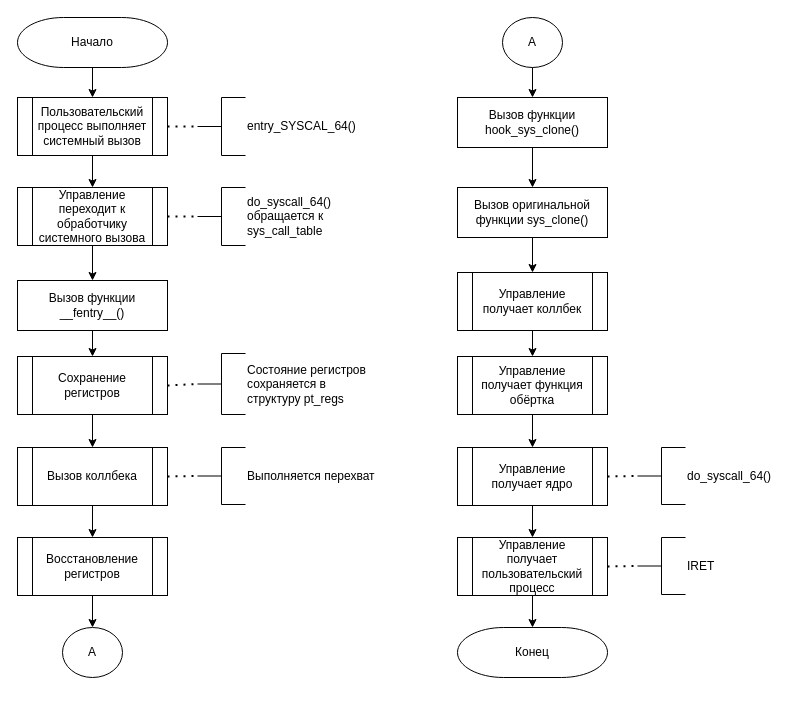
The draw.io diagram page "Page-1" (1 of 2) of docs/ftrace_algo.drawio in aavortep/os_course, before the edit. Source tidied: cells renumbered, new cells numbered last; positions are measured from the earlier drawing's top-left corner, leaving out a move shared by most shapes. Both pictures are drawn from the tidied source at 100%, with x=0, y=0 at pixel (17, 17).
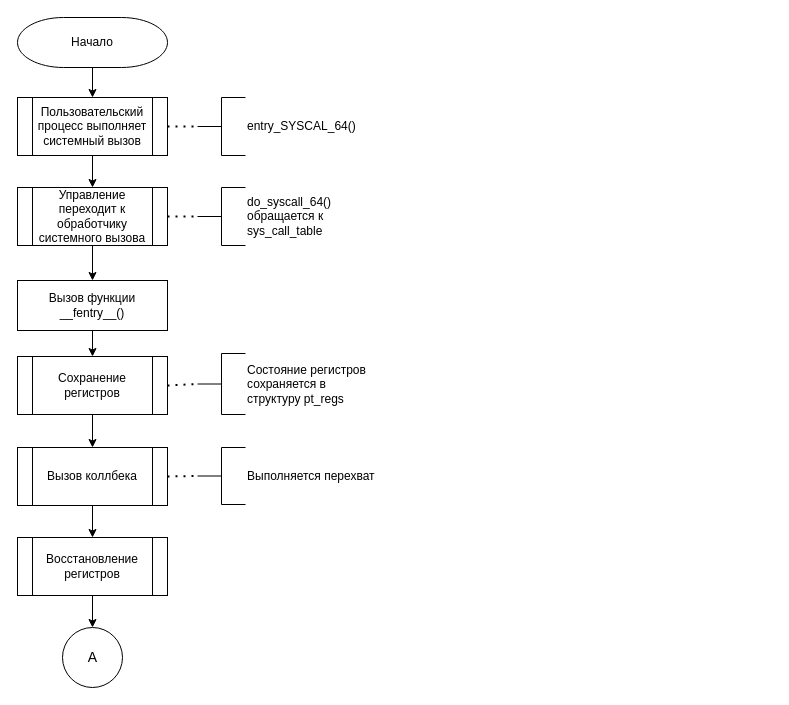
After the change.

Unchanged cells that the change refers to:
```xml
<mxCell id="30" value="Восстановление регистров" style="shape=process;whiteSpace=wrap;html=1;backgroundOutline=1;rounded=0;" parent="1" vertex="1">
  <mxGeometry y="520" width="150" height="58" as="geometry" />
</mxCell>
```

What changed in the source:
```diff
@@
-    <mxCell id="4" value="&lt;div&gt;Вызов функции hook_sys_clone()&lt;br&gt;&lt;/div&gt;" style="rounded=0;whiteSpace=wrap;html=1;" parent="1" vertex="1">
-      <mxGeometry x="440" y="80" width="150" height="50" as="geometry" />
-    </mxCell>
-    <mxCell id="5" value="Вызов оригинальной функции sys_clone()" style="rounded=0;whiteSpace=wrap;html=1;" parent="1" vertex="1">
-      <mxGeometry x="440" y="170" width="150" height="50" as="geometry" />
-    </mxCell>
-    <mxCell id="6" value="Конец" style="strokeWidth=1;html=1;shape=mxgraph.flowchart.terminator;whiteSpace=wrap;" parent="1" vertex="1">
-      <mxGeometry x="440" y="610" width="150" height="50" as="geometry" />
-    </mxCell>
@@
-    <mxCell id="9" style="endArrow=classic;html=1;rounded=0;exitX=0.5;exitY=1;exitDx=0;exitDy=0;entryX=0.5;entryY=0;entryDx=0;entryDy=0;" parent="1" edge="1" source="4" target="5">
-      <mxGeometry relative="1" as="geometry" />
-    </mxCell>
-    <mxCell id="10" value="А" style="strokeWidth=1;html=1;shape=mxgraph.flowchart.start_2;whiteSpace=wrap;" parent="1" vertex="1">
-      <mxGeometry x="45" y="610" width="60" height="50" as="geometry" />
-    </mxCell>
-    <mxCell id="11" value="А" style="strokeWidth=1;html=1;shape=mxgraph.flowchart.start_2;whiteSpace=wrap;" parent="1" vertex="1">
-      <mxGeometry x="485" width="60" height="50" as="geometry" />
-    </mxCell>
-    <mxCell id="12" style="endArrow=classic;html=1;rounded=0;exitX=0.5;exitY=1;exitDx=0;exitDy=0;exitPerimeter=0;entryX=0.5;entryY=0;entryDx=0;entryDy=0;" parent="1" edge="1" source="11" target="4">
-      <mxGeometry relative="1" as="geometry" />
-    </mxCell>
-    <mxCell id="13" style="endArrow=classic;html=1;rounded=0;exitX=0.5;exitY=1;exitDx=0;exitDy=0;entryX=0.5;entryY=0;entryDx=0;entryDy=0;entryPerimeter=0;" parent="1" edge="1" source="30" target="10">
-      <mxGeometry relative="1" as="geometry" />
-    </mxCell>
@@
-    <mxCell id="22" style="endArrow=none;dashed=1;html=1;dashPattern=1 3;strokeWidth=2;rounded=0;exitX=1;exitY=0.5;exitDx=0;exitDy=0;entryX=0;entryY=0.5;entryDx=0;entryDy=0;entryPerimeter=0;" parent="1" edge="1" source="37" target="23">
-      <mxGeometry relative="1" as="geometry" />
-    </mxCell>
-    <mxCell id="23" value="do_syscall_64()" style="strokeWidth=1;html=1;shape=mxgraph.flowchart.annotation_2;align=left;labelPosition=right;" parent="1" vertex="1">
-      <mxGeometry x="620" y="430" width="48" height="57" as="geometry" />
-    </mxCell>
-    <mxCell id="24" style="endArrow=none;dashed=1;html=1;dashPattern=1 3;strokeWidth=2;rounded=0;exitX=1;exitY=0.5;exitDx=0;exitDy=0;entryX=0;entryY=0.5;entryDx=0;entryDy=0;entryPerimeter=0;" parent="1" edge="1" source="38" target="25">
-      <mxGeometry relative="1" as="geometry" />
-    </mxCell>
-    <mxCell id="25" value="IRET" style="strokeWidth=1;html=1;shape=mxgraph.flowchart.annotation_2;align=left;labelPosition=right;" parent="1" vertex="1">
-      <mxGeometry x="620" y="520" width="48" height="57" as="geometry" />
-    </mxCell>
@@
+    <mxCell id="44" style="edgeStyle=orthogonalEdgeStyle;rounded=0;jettySize=auto;html=1;exitX=0.5;exitY=1;exitDx=0;exitDy=0;entryX=0.5;entryY=0;entryDx=0;entryDy=0;entryPerimeter=0;fontSize=14;" parent="1" edge="1" source="30" target="45">
+      <mxGeometry relative="1" as="geometry" />
+    </mxCell>
@@
-    <mxCell id="35" value="Управление получает коллбек" style="shape=process;whiteSpace=wrap;html=1;backgroundOutline=1;rounded=0;" parent="1" vertex="1">
-      <mxGeometry x="440" y="255" width="150" height="58" as="geometry" />
-    </mxCell>
-    <mxCell id="36" value="Управление получает функция обёртка" style="shape=process;whiteSpace=wrap;html=1;backgroundOutline=1;rounded=0;" parent="1" vertex="1">
-      <mxGeometry x="440" y="339" width="150" height="58" as="geometry" />
-    </mxCell>
-    <mxCell id="37" value="Управление получает ядро" style="shape=process;whiteSpace=wrap;html=1;backgroundOutline=1;rounded=0;" parent="1" vertex="1">
-      <mxGeometry x="440" y="430" width="150" height="58" as="geometry" />
-    </mxCell>
-    <mxCell id="38" value="Управление получает пользовательский процесс" style="shape=process;whiteSpace=wrap;html=1;backgroundOutline=1;rounded=0;" parent="1" vertex="1">
-      <mxGeometry x="440" y="520" width="150" height="58" as="geometry" />
-    </mxCell>
-    <mxCell id="39" style="endArrow=classic;html=1;rounded=0;exitX=0.5;exitY=1;exitDx=0;exitDy=0;entryX=0.5;entryY=0;entryDx=0;entryDy=0;" parent="1" edge="1" source="5" target="35">
-      <mxGeometry relative="1" as="geometry" />
-    </mxCell>
-    <mxCell id="40" style="endArrow=classic;html=1;rounded=0;exitX=0.5;exitY=1;exitDx=0;exitDy=0;entryX=0.5;entryY=0;entryDx=0;entryDy=0;" parent="1" edge="1" source="35" target="36">
-      <mxGeometry relative="1" as="geometry" />
-    </mxCell>
-    <mxCell id="41" style="endArrow=classic;html=1;rounded=0;exitX=0.5;exitY=1;exitDx=0;exitDy=0;entryX=0.5;entryY=0;entryDx=0;entryDy=0;" parent="1" edge="1" source="36" target="37">
-      <mxGeometry relative="1" as="geometry" />
-    </mxCell>
-    <mxCell id="42" style="endArrow=classic;html=1;rounded=0;exitX=0.5;exitY=1;exitDx=0;exitDy=0;entryX=0.5;entryY=0;entryDx=0;entryDy=0;" parent="1" edge="1" source="37" target="38">
-      <mxGeometry relative="1" as="geometry" />
-    </mxCell>
-    <mxCell id="43" style="endArrow=classic;html=1;rounded=0;exitX=0.5;exitY=1;exitDx=0;exitDy=0;entryX=0.5;entryY=0;entryDx=0;entryDy=0;entryPerimeter=0;" parent="1" edge="1" source="38" target="6">
-      <mxGeometry relative="1" as="geometry" />
-    </mxCell>
+    <mxCell id="45" value="A" style="verticalLabelPosition=middle;verticalAlign=middle;html=1;shape=mxgraph.flowchart.on-page_reference;labelPosition=center;align=center;fontSize=14;" parent="1" vertex="1">
+      <mxGeometry x="45" y="610" width="60" height="60" as="geometry" />
+    </mxCell>
```
